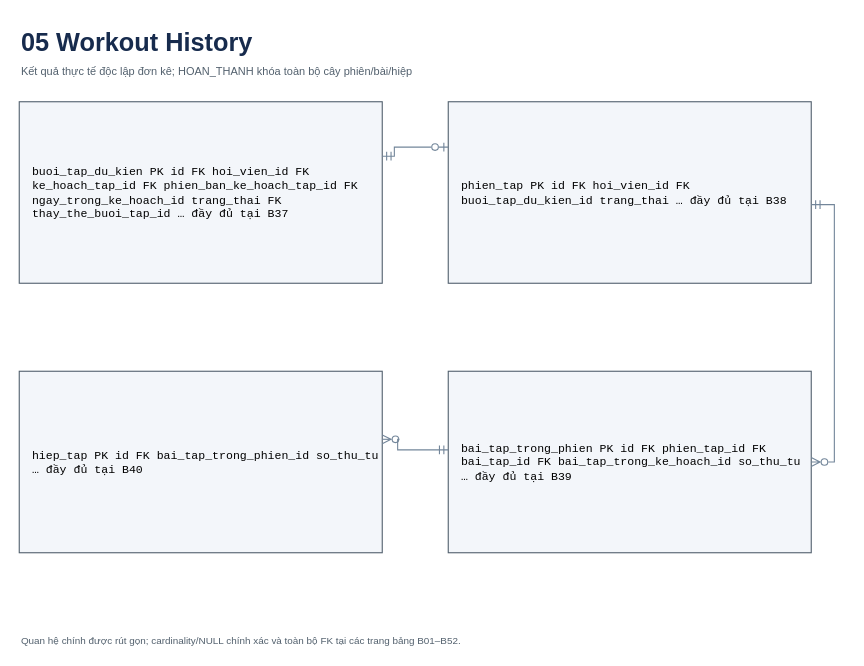
Tr0ond/Smart-Fitness-Platform keeps this draw.io diagram as page "05 Workout History" (6 of 60) of docs/thiet_ke_co_so_du_lieu/smart_fitness_erd.drawio. Above is the earlier version. Source tidied: cells renumbered, new cells numbered last; positions are measured from the earlier drawing's top-left corner, leaving out a move shared by most shapes. Both pictures are drawn from the tidied source at 110%, with x=0, y=0 at pixel (19, 19).
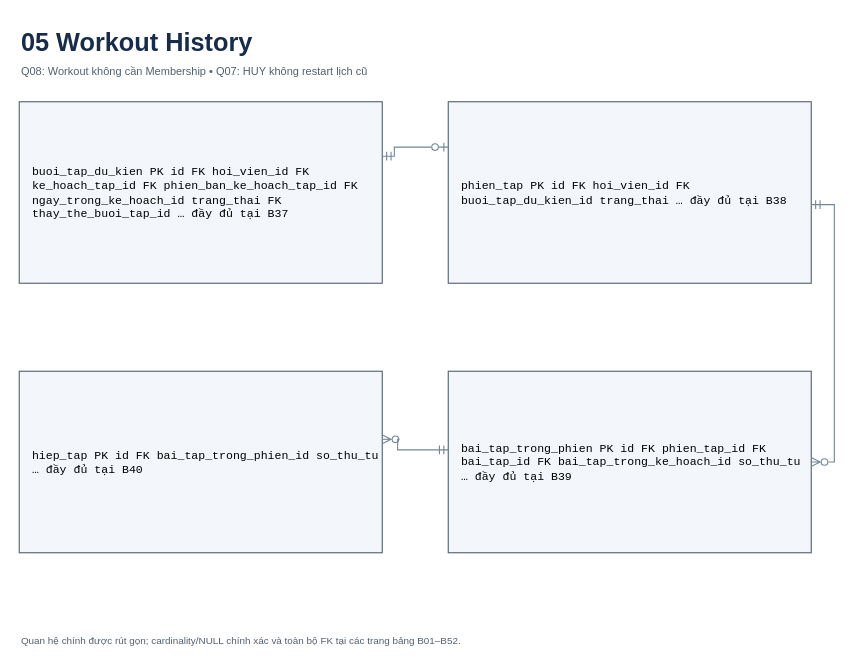
The same diagram, later.

The edit, as a diff of the source:
```diff
@@
 <mxGraphModel>
   <root>
     <mxCell id="0" />
     <mxCell id="1" parent="0" />
     <mxCell id="2" value="05 Workout History" style="text;align=left;fontSize=23;fontStyle=1;fontColor=#172b4d;" parent="1" vertex="1">
       <mxGeometry width="720" height="30" as="geometry" />
     </mxCell>
-    <mxCell id="3" value="Kết quả thực tế độc lập đơn kê; HOAN_THANH khóa toàn bộ cây phiên/bài/hiệp" style="text;align=left;fontSize=10;fontColor=#52606d;" parent="1" vertex="1">
+    <mxCell id="3" value="Q08: Workout không cần Membership • Q07: HUY không restart lịch cũ" style="text;align=left;fontSize=10;fontColor=#52606d;" parent="1" vertex="1">
       <mxGeometry y="35" width="720" height="24" as="geometry" />
     </mxCell>
     <mxCell id="4" value="buoi_tap_du_kien  PK id FK hoi_vien_id FK ke_hoach_tap_id FK phien_ban_ke_hoach_tap_id FK ngay_trong_ke_hoach_id trang_thai FK thay_the_buoi_tap_id … đầy đủ tại B37" style="rounded=0;whiteSpace=wrap;fillColor=#f3f6fa;strokeColor=#52606d;fontSize=10.5;fontFamily=Consolas;align=left;spacingLeft=10;" parent="1" vertex="1">
       <mxGeometry y="75" width="330" height="165" as="geometry" />
     </mxCell>
     <mxCell id="5" value="phien_tap  PK id FK hoi_vien_id FK buoi_tap_du_kien_id trang_thai … đầy đủ tại B38" style="rounded=0;whiteSpace=wrap;fillColor=#f3f6fa;strokeColor=#52606d;fontSize=10.5;fontFamily=Consolas;align=left;spacingLeft=10;" parent="1" vertex="1">
       <mxGeometry x="390" y="75" width="330" height="165" as="geometry" />
     </mxCell>
     <mxCell id="6" value="hiep_tap  PK id FK bai_tap_trong_phien_id so_thu_tu … đầy đủ tại B40" style="rounded=0;whiteSpace=wrap;fillColor=#f3f6fa;strokeColor=#52606d;fontSize=10.5;fontFamily=Consolas;align=left;spacingLeft=10;" parent="1" vertex="1">
       <mxGeometry y="320" width="330" height="165" as="geometry" />
     </mxCell>
     <mxCell id="7" value="bai_tap_trong_phien  PK id FK phien_tap_id FK bai_tap_id FK bai_tap_trong_ke_hoach_id so_thu_tu … đầy đủ tại B39" style="rounded=0;whiteSpace=wrap;fillColor=#f3f6fa;strokeColor=#52606d;fontSize=10.5;fontFamily=Consolas;align=left;spacingLeft=10;" parent="1" vertex="1">
       <mxGeometry x="390" y="320" width="330" height="165" as="geometry" />
     </mxCell>
     <mxCell id="8" style="edgeStyle=orthogonalEdgeStyle;rounded=0;startArrow=ERzeroToOne;endArrow=ERmandOne;startFill=0;endFill=0;strokeColor=#73869a;exitX=0;exitY=0.25;entryX=1;entryY=0.3;" parent="1" edge="1" source="5" target="4">
       <mxGeometry relative="1" as="geometry">
         <Array as="points">
           <mxPoint x="341" y="116.2" />
           <mxPoint x="341" y="124.5" />
         </Array>
       </mxGeometry>
     </mxCell>
     <mxCell id="9" style="edgeStyle=orthogonalEdgeStyle;rounded=0;startArrow=ERzeroToMany;endArrow=ERmandOne;startFill=0;endFill=0;strokeColor=#73869a;exitX=1;exitY=0.375;entryX=0;entryY=0.43333333333333335;" parent="1" edge="1" source="6" target="7">
       <mxGeometry relative="1" as="geometry">
         <Array as="points">
           <mxPoint x="344" y="381.9" />
           <mxPoint x="344" y="391.5" />
         </Array>
       </mxGeometry>
     </mxCell>
     <mxCell id="10" style="edgeStyle=orthogonalEdgeStyle;rounded=0;startArrow=ERzeroToMany;endArrow=ERmandOne;startFill=0;endFill=0;strokeColor=#73869a;exitX=1;exitY=0.5;entryX=1;entryY=0.5666666666666667;" parent="1" edge="1" source="7" target="5">
       <mxGeometry relative="1" as="geometry">
         <Array as="points">
           <mxPoint x="741" y="402.5" />
           <mxPoint x="741" y="168.5" />
         </Array>
       </mxGeometry>
     </mxCell>
     <mxCell id="11" value="Quan hệ chính được rút gọn; cardinality/NULL chính xác và toàn bộ FK tại các trang bảng B01–B52." style="text;align=left;fontSize=9;fontColor=#52606d;" parent="1" vertex="1">
       <mxGeometry y="553" width="720" height="18" as="geometry" />
     </mxCell>
   </root>
 </mxGraphModel>
```
